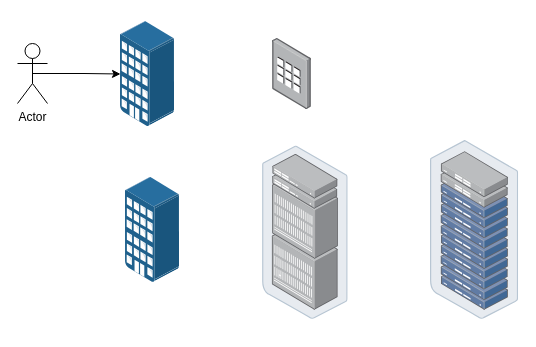
This is 底层抽象原理.drawio from mingtian110/pc_home, a draw.io file, before an edit. Source tidied: cells renumbered, new cells numbered last; positions are measured from the earlier drawing's top-left corner, leaving out a move shared by most shapes. Both pictures are drawn from the tidied source at 100%, with x=0, y=0 at pixel (17, 21).
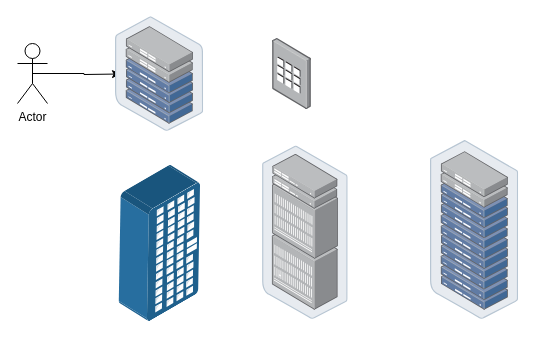
The same diagram, later.

Commit message:
更新底层抽象原理.drawio

Diff of the diagram source:
```diff
@@
 <mxGraphModel>
   <root>
     <mxCell id="0" />
     <mxCell id="1" parent="0" />
-    <mxCell id="2" style="edgeStyle=orthogonalEdgeStyle;rounded=0;jettySize=auto;html=1;exitX=0.5;exitY=0.5;exitDx=0;exitDy=0;exitPerimeter=0;" parent="1" edge="1" source="3" target="4">
-      <mxGeometry relative="1" as="geometry" />
+    <mxCell id="2" style="edgeStyle=orthogonalEdgeStyle;rounded=0;jettySize=auto;html=1;exitX=0.5;exitY=0.5;exitDx=0;exitDy=0;exitPerimeter=0;" parent="1" edge="1" source="3">
+      <mxGeometry relative="1" as="geometry">
+        <mxPoint x="103" y="52.5" as="targetPoint" />
+      </mxGeometry>
     </mxCell>
     <mxCell id="3" value="Actor" style="shape=umlActor;verticalLabelPosition=bottom;verticalAlign=top;html=1;outlineConnect=0;" parent="1" vertex="1">
       <mxGeometry y="22" width="30" height="60" as="geometry" />
     </mxCell>
-    <mxCell id="4" style="points=[];html=1;align=center;shadow=0;dashed=0;image;image=img/lib/allied_telesis/buildings/Apartments.svg;" parent="1" vertex="1">
-      <mxGeometry x="103" width="54" height="105" as="geometry" />
-    </mxCell>
     <mxCell id="5" style="html=1;align=center;shadow=0;dashed=0;image;image=img/lib/allied_telesis/computer_and_terminals/Keypad.svg;" parent="1" vertex="1">
       <mxGeometry x="255" y="17" width="39" height="71" as="geometry" />
     </mxCell>
     <mxCell id="6" style="html=1;align=center;shadow=0;dashed=0;image;image=img/lib/allied_telesis/storage/Datacenter_Server_Rack_EoR.svg;" parent="1" vertex="1">
       <mxGeometry x="245" y="124.4" width="85.8" height="173.4" as="geometry" />
     </mxCell>
-    <mxCell id="7" style="html=1;align=center;shadow=0;dashed=0;image;image=img/lib/allied_telesis/buildings/Apartments.svg;" parent="1" vertex="1">
-      <mxGeometry x="108" y="155.9" width="54" height="105" as="geometry" />
-    </mxCell>
     <mxCell id="8" style="html=1;align=center;shadow=0;dashed=0;image;image=img/lib/allied_telesis/storage/Datacenter_Server_Rack_ToR.svg;" parent="1" vertex="1">
       <mxGeometry x="413" y="119" width="88.2" height="178.8" as="geometry" />
     </mxCell>
+    <mxCell id="9" style="html=1;align=center;shadow=0;dashed=0;image;image=img/lib/allied_telesis/storage/Datacenter_Server_Half_Rack_ToR.svg;" parent="1" vertex="1">
+      <mxGeometry x="98" y="-4.8" width="88.2" height="114.6" as="geometry" />
+    </mxCell>
+    <mxCell id="10" style="html=1;align=center;shadow=0;dashed=0;image;image=img/lib/allied_telesis/buildings/Long_Building.svg;rotation=-120;" parent="1" vertex="1">
+      <mxGeometry x="79.4" y="156" width="125.4" height="129.6" as="geometry" />
+    </mxCell>
   </root>
 </mxGraphModel>
```
